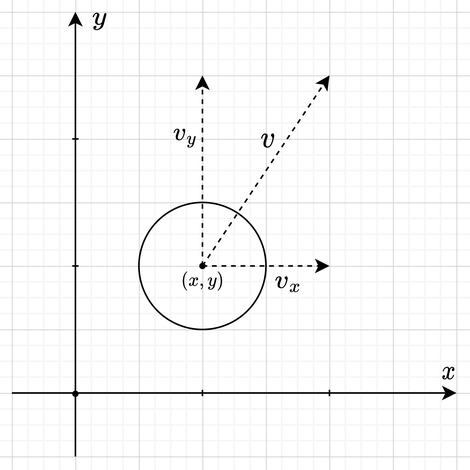
This is img/ball_representation.png from Kyrylo-Ktl/Balls, a draw.io export, as it was before one commit. Source tidied: cells renumbered, new cells last; positions are measured from the earlier drawing's top-left corner, leaving out a move shared by most shapes. Its diagram source:
```xml
<mxGraphModel math="1">
  <root>
    <mxCell id="0" />
    <mxCell id="1" parent="0" />
    <mxCell id="2" style="endArrow=classic;html=1;rounded=0;startArrow=none;" parent="1" edge="1">
      <mxGeometry relative="1" as="geometry">
        <mxPoint x="40" y="313" as="sourcePoint" />
        <mxPoint x="40" y="33" as="targetPoint" />
      </mxGeometry>
    </mxCell>
    <mxCell id="3" style="endArrow=classic;html=1;rounded=0;" parent="1" edge="1">
      <mxGeometry relative="1" as="geometry">
        <mxPoint y="273" as="sourcePoint" />
        <mxPoint x="280" y="273" as="targetPoint" />
      </mxGeometry>
    </mxCell>
    <mxCell id="4" style="endArrow=classic;html=1;rounded=0;dashed=1;" parent="1" edge="1">
      <mxGeometry relative="1" as="geometry">
        <mxPoint x="120" y="193" as="sourcePoint" />
        <mxPoint x="200" y="193" as="targetPoint" />
      </mxGeometry>
    </mxCell>
    <mxCell id="5" style="endArrow=classic;html=1;rounded=0;dashed=1;" parent="1" edge="1">
      <mxGeometry relative="1" as="geometry">
        <mxPoint x="120" y="193" as="sourcePoint" />
        <mxPoint x="200" y="73" as="targetPoint" />
      </mxGeometry>
    </mxCell>
    <mxCell id="6" style="ellipse;whiteSpace=wrap;html=1;fillColor=none;" parent="1" vertex="1">
      <mxGeometry x="80" y="153" width="80" height="80" as="geometry" />
    </mxCell>
    <mxCell id="7" style="endArrow=classic;html=1;rounded=0;dashed=1;" parent="1" edge="1">
      <mxGeometry relative="1" as="geometry">
        <mxPoint x="120" y="193" as="sourcePoint" />
        <mxPoint x="120" y="73" as="targetPoint" />
      </mxGeometry>
    </mxCell>
    <mxCell id="8" value="&lt;div style=&quot;text-align: left;&quot;&gt;&lt;span style=&quot;font-family: SFMono-Regular, Menlo, Monaco, Consolas, &amp;quot;Liberation Mono&amp;quot;, &amp;quot;Courier New&amp;quot;, monospace;&quot;&gt;`v_{x}`&lt;/span&gt;&lt;br&gt;&lt;/div&gt;" style="edgeLabel;html=1;align=center;verticalAlign=middle;fontSize=14;fontColor=#000000;labelBackgroundColor=none;" parent="1" vertex="1">
      <mxGeometry x="154" y="166" as="geometry">
        <mxPoint x="20" y="37" as="offset" />
      </mxGeometry>
    </mxCell>
    <mxCell id="9" value="&lt;div style=&quot;text-align: left;&quot;&gt;&lt;span style=&quot;font-family: SFMono-Regular, Menlo, Monaco, Consolas, &amp;quot;Liberation Mono&amp;quot;, &amp;quot;Courier New&amp;quot;, monospace;&quot;&gt;`v_{y}`&lt;/span&gt;&lt;br&gt;&lt;/div&gt;" style="edgeLabel;html=1;align=center;verticalAlign=middle;fontSize=14;fontColor=default;labelBackgroundColor=none;" parent="1" vertex="1">
      <mxGeometry x="89" y="73" as="geometry">
        <mxPoint x="20" y="37" as="offset" />
      </mxGeometry>
    </mxCell>
    <mxCell id="10" value="&lt;div style=&quot;text-align: left;&quot;&gt;&lt;span style=&quot;font-family: SFMono-Regular, Menlo, Monaco, Consolas, &amp;quot;Liberation Mono&amp;quot;, &amp;quot;Courier New&amp;quot;, monospace;&quot;&gt;&lt;font style=&quot;font-size: 16px;&quot;&gt;`v`&lt;/font&gt;&lt;/span&gt;&lt;br&gt;&lt;/div&gt;" style="edgeLabel;html=1;align=center;verticalAlign=middle;fontSize=14;fontColor=#000000;labelBackgroundColor=none;" parent="1" vertex="1">
      <mxGeometry x="141" y="78" as="geometry">
        <mxPoint x="20" y="37" as="offset" />
      </mxGeometry>
    </mxCell>
    <mxCell id="11" value="&lt;div style=&quot;text-align: left; font-size: 10px;&quot;&gt;&lt;span style=&quot;font-family: SFMono-Regular, Menlo, Monaco, Consolas, &amp;quot;Liberation Mono&amp;quot;, &amp;quot;Courier New&amp;quot;, monospace; font-size: 10px;&quot;&gt;&lt;font style=&quot;font-size: 10px;&quot;&gt;`(x,y)`&lt;/font&gt;&lt;/span&gt;&lt;br style=&quot;font-size: 10px;&quot;&gt;&lt;/div&gt;" style="edgeLabel;html=1;align=center;verticalAlign=middle;fontSize=10;fontColor=default;labelBackgroundColor=none;" parent="1" vertex="1">
      <mxGeometry x="100" y="166" as="geometry">
        <mxPoint x="20" y="37" as="offset" />
      </mxGeometry>
    </mxCell>
    <mxCell id="12" value="&lt;div style=&quot;text-align: left;&quot;&gt;&lt;span style=&quot;font-family: SFMono-Regular, Menlo, Monaco, Consolas, &amp;quot;Liberation Mono&amp;quot;, &amp;quot;Courier New&amp;quot;, monospace;&quot;&gt;`x`&lt;/span&gt;&lt;br&gt;&lt;/div&gt;" style="edgeLabel;html=1;align=center;verticalAlign=middle;fontSize=14;fontColor=default;labelBackgroundColor=none;" parent="1" vertex="1">
      <mxGeometry x="255" y="223" as="geometry">
        <mxPoint x="20" y="37" as="offset" />
      </mxGeometry>
    </mxCell>
    <mxCell id="13" value="&lt;div style=&quot;text-align: left;&quot;&gt;&lt;span style=&quot;font-family: SFMono-Regular, Menlo, Monaco, Consolas, &amp;quot;Liberation Mono&amp;quot;, &amp;quot;Courier New&amp;quot;, monospace;&quot;&gt;`y`&lt;/span&gt;&lt;br&gt;&lt;/div&gt;" style="edgeLabel;html=1;align=center;verticalAlign=middle;fontSize=14;fontColor=#000000;labelBackgroundColor=none;" parent="1" vertex="1">
      <mxGeometry x="35" as="geometry">
        <mxPoint x="20" y="37" as="offset" />
      </mxGeometry>
    </mxCell>
    <mxCell id="14" style="ellipse;whiteSpace=wrap;html=1;fontSize=10;fontColor=#000000;fillColor=#000000;" parent="1" vertex="1">
      <mxGeometry x="118.5" y="191.5" width="3" height="3" as="geometry" />
    </mxCell>
    <mxCell id="15" style="ellipse;whiteSpace=wrap;html=1;fontSize=10;fontColor=#000000;fillColor=#000000;" parent="1" vertex="1">
      <mxGeometry x="38.5" y="272" width="3" height="3" as="geometry" />
    </mxCell>
    <mxCell id="16" style="endArrow=none;html=1;rounded=0;fontSize=10;fontColor=#000000;" parent="1" edge="1">
      <mxGeometry relative="1" as="geometry">
        <mxPoint x="38" y="113" as="sourcePoint" />
        <mxPoint x="42" y="113" as="targetPoint" />
      </mxGeometry>
    </mxCell>
    <mxCell id="17" style="endArrow=none;html=1;rounded=0;fontSize=10;fontColor=#000000;" parent="1" edge="1">
      <mxGeometry relative="1" as="geometry">
        <mxPoint x="38" y="193" as="sourcePoint" />
        <mxPoint x="42" y="193" as="targetPoint" />
      </mxGeometry>
    </mxCell>
    <mxCell id="18" style="endArrow=none;html=1;rounded=0;fontSize=10;fontColor=#000000;" parent="1" edge="1">
      <mxGeometry relative="1" as="geometry">
        <mxPoint x="120" y="271" as="sourcePoint" />
        <mxPoint x="120" y="275" as="targetPoint" />
      </mxGeometry>
    </mxCell>
    <mxCell id="19" style="endArrow=none;html=1;rounded=0;fontSize=10;fontColor=#000000;" parent="1" edge="1">
      <mxGeometry relative="1" as="geometry">
        <mxPoint x="200" y="271" as="sourcePoint" />
        <mxPoint x="200" y="275" as="targetPoint" />
      </mxGeometry>
    </mxCell>
  </root>
</mxGraphModel>
```
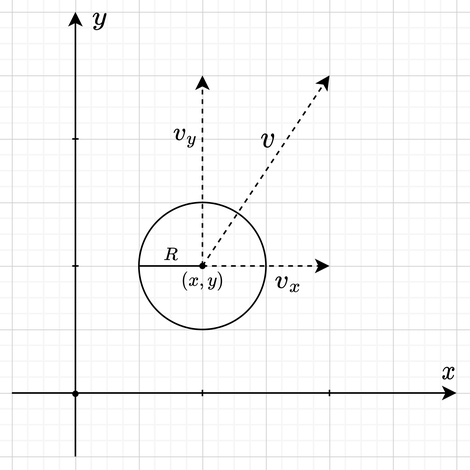
The same file after the commit.

Commit message:
Test latex render

The edit, as a diff of the source:
```diff
@@ -95,5 +95,16 @@
         <mxPoint x="200" y="275" as="targetPoint" />
       </mxGeometry>
     </mxCell>
+    <mxCell id="20" style="endArrow=none;html=1;rounded=0;fontSize=10;fontColor=default;" parent="1" edge="1">
+      <mxGeometry relative="1" as="geometry">
+        <mxPoint x="120" y="193" as="sourcePoint" />
+        <mxPoint x="80" y="193" as="targetPoint" />
+      </mxGeometry>
+    </mxCell>
+    <mxCell id="21" value="&lt;div style=&quot;text-align: left; font-size: 10px;&quot;&gt;&lt;span style=&quot;font-family: SFMono-Regular, Menlo, Monaco, Consolas, &amp;quot;Liberation Mono&amp;quot;, &amp;quot;Courier New&amp;quot;, monospace; font-size: 10px;&quot;&gt;&lt;font style=&quot;font-size: 10px;&quot;&gt;`R`&lt;/font&gt;&lt;/span&gt;&lt;br style=&quot;font-size: 10px;&quot;&gt;&lt;/div&gt;" style="edgeLabel;html=1;align=center;verticalAlign=middle;fontSize=10;fontColor=#000000;labelBackgroundColor=none;" parent="1" vertex="1">
+      <mxGeometry x="80" y="150" as="geometry">
+        <mxPoint x="20" y="37" as="offset" />
+      </mxGeometry>
+    </mxCell>
   </root>
 </mxGraphModel>
```
